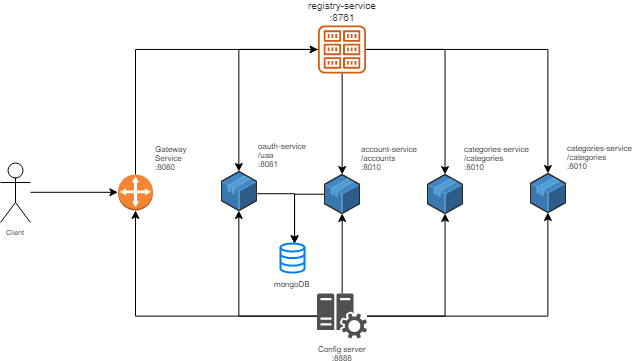
The draw.io diagram Library-Project-Spring-Diagram.png in ythalorossy/project-library-spring, before a commit. Source tidied: cells renumbered, new cells last; positions are measured from the earlier drawing's top-left corner, leaving out a move shared by most shapes. Its diagram source:
```xml
<mxGraphModel>
  <root>
    <mxCell id="0" />
    <mxCell id="1" parent="0" />
    <mxCell id="2" style="edgeStyle=orthogonalEdgeStyle;rounded=0;jettySize=auto;html=1;entryX=0;entryY=0.5;entryDx=0;entryDy=0;entryPerimeter=0;" parent="1" edge="1" source="3" target="9">
      <mxGeometry relative="1" as="geometry" />
    </mxCell>
    <mxCell id="3" value="Client" style="shape=umlActor;verticalLabelPosition=bottom;labelBackgroundColor=#ffffff;verticalAlign=top;html=1;outlineConnect=0;fontSize=7;" parent="1" vertex="1">
      <mxGeometry y="137" width="30" height="60" as="geometry" />
    </mxCell>
    <mxCell id="4" style="edgeStyle=orthogonalEdgeStyle;rounded=0;jettySize=auto;html=1;fontSize=10;" parent="1" edge="1" source="16" target="18">
      <mxGeometry relative="1" as="geometry" />
    </mxCell>
    <mxCell id="5" style="edgeStyle=orthogonalEdgeStyle;rounded=0;jettySize=auto;html=1;fontSize=10;" parent="1" edge="1" source="16" target="20">
      <mxGeometry relative="1" as="geometry" />
    </mxCell>
    <mxCell id="6" style="edgeStyle=orthogonalEdgeStyle;rounded=0;jettySize=auto;html=1;fontSize=10;" parent="1" edge="1" source="16" target="21">
      <mxGeometry relative="1" as="geometry" />
    </mxCell>
    <mxCell id="7" style="edgeStyle=orthogonalEdgeStyle;rounded=0;jettySize=auto;html=1;fontSize=10;" parent="1" edge="1" source="16" target="22">
      <mxGeometry relative="1" as="geometry" />
    </mxCell>
    <mxCell id="8" style="edgeStyle=orthogonalEdgeStyle;rounded=0;jettySize=auto;html=1;fontSize=10;" parent="1" edge="1" source="9" target="16">
      <mxGeometry relative="1" as="geometry">
        <Array as="points">
          <mxPoint x="135" y="24" />
        </Array>
      </mxGeometry>
    </mxCell>
    <mxCell id="9" value="&lt;font style=&quot;font-size: 8px;&quot;&gt;Gateway&lt;br style=&quot;font-size: 8px;&quot;&gt;Service&lt;br style=&quot;font-size: 8px;&quot;&gt;:8080&lt;/font&gt;&lt;br style=&quot;font-size: 8px;&quot;&gt;" style="outlineConnect=0;dashed=0;verticalLabelPosition=top;verticalAlign=bottom;align=left;html=1;shape=mxgraph.aws3.customer_gateway;fillColor=#F58534;gradientColor=none;labelPosition=right;fontSize=8;" parent="1" vertex="1">
      <mxGeometry x="117.5" y="149" width="35" height="36" as="geometry" />
    </mxCell>
    <mxCell id="10" style="edgeStyle=orthogonalEdgeStyle;rounded=0;jettySize=auto;html=1;fontSize=8;" parent="1" edge="1" source="15" target="20">
      <mxGeometry relative="1" as="geometry" />
    </mxCell>
    <mxCell id="11" style="edgeStyle=orthogonalEdgeStyle;rounded=0;jettySize=auto;html=1;fontSize=8;" parent="1" edge="1" source="15" target="21">
      <mxGeometry relative="1" as="geometry" />
    </mxCell>
    <mxCell id="12" style="edgeStyle=orthogonalEdgeStyle;rounded=0;jettySize=auto;html=1;fontSize=8;" parent="1" edge="1" source="15" target="22">
      <mxGeometry relative="1" as="geometry" />
    </mxCell>
    <mxCell id="13" style="edgeStyle=orthogonalEdgeStyle;rounded=0;jettySize=auto;html=1;fontSize=8;" parent="1" edge="1" source="15" target="18">
      <mxGeometry relative="1" as="geometry" />
    </mxCell>
    <mxCell id="14" style="edgeStyle=orthogonalEdgeStyle;rounded=0;jettySize=auto;html=1;entryX=0.5;entryY=1;entryDx=0;entryDy=0;entryPerimeter=0;fontSize=8;" parent="1" edge="1" source="15" target="9">
      <mxGeometry relative="1" as="geometry" />
    </mxCell>
    <mxCell id="15" value="Config server&lt;br style=&quot;font-size: 8px;&quot;&gt;:8888&lt;br style=&quot;font-size: 8px;&quot;&gt;" style="shadow=0;dashed=0;html=1;strokeColor=none;labelPosition=center;verticalLabelPosition=bottom;verticalAlign=top;align=center;shape=mxgraph.mscae.oms.config_assessment;fillColor=#505050;fontSize=8;" parent="1" vertex="1">
      <mxGeometry x="316.5" y="268" width="50" height="45" as="geometry" />
    </mxCell>
    <mxCell id="16" value="&lt;div style=&quot;text-align: center ; font-size: 10px&quot;&gt;&lt;font style=&quot;font-size: 10px&quot;&gt;registry-service&lt;/font&gt;&lt;/div&gt;&lt;div style=&quot;text-align: center ; font-size: 10px&quot;&gt;&lt;span&gt;&lt;font style=&quot;font-size: 10px&quot;&gt;:8761&lt;/font&gt;&lt;/span&gt;&lt;/div&gt;" style="outlineConnect=0;fontColor=#232F3E;gradientColor=none;fillColor=#D05C17;strokeColor=none;dashed=0;verticalLabelPosition=top;verticalAlign=bottom;align=center;html=1;fontSize=12;fontStyle=0;shape=mxgraph.aws4.registry;labelPosition=center;" parent="1" vertex="1">
      <mxGeometry x="317.5" width="48" height="48" as="geometry" />
    </mxCell>
    <mxCell id="17" style="edgeStyle=orthogonalEdgeStyle;rounded=0;jettySize=auto;html=1;fontSize=8;" parent="1" edge="1" source="18">
      <mxGeometry relative="1" as="geometry">
        <mxPoint x="294" y="218" as="targetPoint" />
        <Array as="points">
          <mxPoint x="294" y="168" />
        </Array>
      </mxGeometry>
    </mxCell>
    <mxCell id="18" value="&lt;div style=&quot;text-align: left; font-size: 8px;&quot;&gt;&lt;span style=&quot;font-size: 8px;&quot;&gt;oauth-service&lt;/span&gt;&lt;/div&gt;&lt;div style=&quot;text-align: left; font-size: 8px;&quot;&gt;&lt;span style=&quot;font-size: 8px;&quot;&gt;/uaa&lt;/span&gt;&lt;/div&gt;&lt;div style=&quot;text-align: left; font-size: 8px;&quot;&gt;&lt;span style=&quot;font-size: 8px;&quot;&gt;:8081&lt;/span&gt;&lt;/div&gt;" style="verticalLabelPosition=top;html=1;verticalAlign=bottom;strokeWidth=1;align=left;outlineConnect=0;dashed=0;outlineConnect=0;shape=mxgraph.aws3d.application;fillColor=#4286c5;strokeColor=#57A2D8;fontSize=8;labelPosition=right;" parent="1" vertex="1">
      <mxGeometry x="221" y="146" width="35" height="39" as="geometry" />
    </mxCell>
    <mxCell id="19" style="edgeStyle=orthogonalEdgeStyle;rounded=0;jettySize=auto;html=1;fontSize=8;" parent="1" edge="1" source="20">
      <mxGeometry relative="1" as="geometry">
        <mxPoint x="294" y="218" as="targetPoint" />
        <Array as="points">
          <mxPoint x="294" y="169" />
        </Array>
      </mxGeometry>
    </mxCell>
    <mxCell id="20" value="&lt;div style=&quot;text-align: left; font-size: 8px;&quot;&gt;&lt;span style=&quot;font-size: 8px;&quot;&gt;account-service&lt;/span&gt;&lt;/div&gt;&lt;div style=&quot;text-align: left; font-size: 8px;&quot;&gt;&lt;span style=&quot;font-size: 8px;&quot;&gt;/accounts&lt;/span&gt;&lt;/div&gt;&lt;div style=&quot;text-align: left; font-size: 8px;&quot;&gt;&lt;span style=&quot;font-size: 8px;&quot;&gt;:8010&lt;/span&gt;&lt;/div&gt;" style="verticalLabelPosition=top;html=1;verticalAlign=bottom;strokeWidth=1;align=left;outlineConnect=0;dashed=0;outlineConnect=0;shape=mxgraph.aws3d.application;fillColor=#4286c5;strokeColor=#57A2D8;fontSize=8;labelPosition=right;" parent="1" vertex="1">
      <mxGeometry x="324" y="149" width="35" height="39" as="geometry" />
    </mxCell>
    <mxCell id="21" value="&lt;div style=&quot;text-align: left; font-size: 8px;&quot;&gt;&lt;span style=&quot;font-size: 8px;&quot;&gt;categories-service&lt;/span&gt;&lt;/div&gt;&lt;div style=&quot;text-align: left; font-size: 8px;&quot;&gt;&lt;span style=&quot;font-size: 8px;&quot;&gt;/categories&lt;/span&gt;&lt;/div&gt;&lt;div style=&quot;text-align: left; font-size: 8px;&quot;&gt;&lt;span style=&quot;font-size: 8px;&quot;&gt;:8010&lt;/span&gt;&lt;/div&gt;" style="verticalLabelPosition=top;html=1;verticalAlign=bottom;strokeWidth=1;align=left;outlineConnect=0;dashed=0;outlineConnect=0;shape=mxgraph.aws3d.application;fillColor=#4286c5;strokeColor=#57A2D8;fontSize=8;labelPosition=right;" parent="1" vertex="1">
      <mxGeometry x="427" y="149" width="35" height="39" as="geometry" />
    </mxCell>
    <mxCell id="22" value="&lt;div style=&quot;text-align: left; font-size: 8px;&quot;&gt;&lt;span style=&quot;font-size: 8px;&quot;&gt;categories-service&lt;/span&gt;&lt;/div&gt;&lt;div style=&quot;text-align: left; font-size: 8px;&quot;&gt;&lt;span style=&quot;font-size: 8px;&quot;&gt;/categories&lt;/span&gt;&lt;/div&gt;&lt;div style=&quot;text-align: left; font-size: 8px;&quot;&gt;&lt;span style=&quot;font-size: 8px;&quot;&gt;:8010&lt;/span&gt;&lt;/div&gt;" style="verticalLabelPosition=top;html=1;verticalAlign=bottom;strokeWidth=1;align=left;outlineConnect=0;dashed=0;outlineConnect=0;shape=mxgraph.aws3d.application;fillColor=#4286c5;strokeColor=#57A2D8;fontSize=8;labelPosition=right;" parent="1" vertex="1">
      <mxGeometry x="530" y="148" width="35" height="39" as="geometry" />
    </mxCell>
    <mxCell id="23" value="mongoDB" style="html=1;verticalLabelPosition=bottom;align=center;labelBackgroundColor=#ffffff;verticalAlign=top;strokeWidth=2;strokeColor=#0080F0;fillColor=#ffffff;shadow=0;dashed=0;shape=mxgraph.ios7.icons.data;fontSize=8;" parent="1" vertex="1">
      <mxGeometry x="280" y="218" width="24" height="29.1" as="geometry" />
    </mxCell>
  </root>
</mxGraphModel>
```
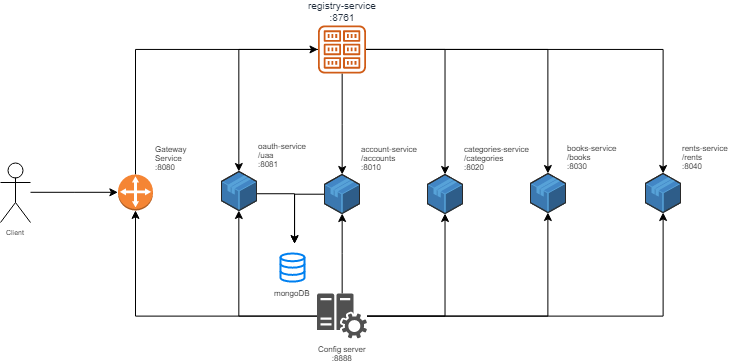
After the change.

Commit message:
Changed the diagram to set the correct names and port of services

Change to the diagram source:
```diff
@@ -45,9 +45,15 @@
     <mxCell id="14" style="edgeStyle=orthogonalEdgeStyle;rounded=0;jettySize=auto;html=1;entryX=0.5;entryY=1;entryDx=0;entryDy=0;entryPerimeter=0;fontSize=8;" parent="1" edge="1" source="15" target="9">
       <mxGeometry relative="1" as="geometry" />
     </mxCell>
+    <mxCell id="24" style="edgeStyle=orthogonalEdgeStyle;rounded=0;jettySize=auto;html=1;fontSize=8;" parent="1" edge="1" source="15" target="26">
+      <mxGeometry relative="1" as="geometry" />
+    </mxCell>
     <mxCell id="15" value="Config server&lt;br style=&quot;font-size: 8px;&quot;&gt;:8888&lt;br style=&quot;font-size: 8px;&quot;&gt;" style="shadow=0;dashed=0;html=1;strokeColor=none;labelPosition=center;verticalLabelPosition=bottom;verticalAlign=top;align=center;shape=mxgraph.mscae.oms.config_assessment;fillColor=#505050;fontSize=8;" parent="1" vertex="1">
       <mxGeometry x="316.5" y="268" width="50" height="45" as="geometry" />
     </mxCell>
+    <mxCell id="25" style="edgeStyle=orthogonalEdgeStyle;rounded=0;jettySize=auto;html=1;fontSize=8;" parent="1" edge="1" source="16" target="26">
+      <mxGeometry relative="1" as="geometry" />
+    </mxCell>
     <mxCell id="16" value="&lt;div style=&quot;text-align: center ; font-size: 10px&quot;&gt;&lt;font style=&quot;font-size: 10px&quot;&gt;registry-service&lt;/font&gt;&lt;/div&gt;&lt;div style=&quot;text-align: center ; font-size: 10px&quot;&gt;&lt;span&gt;&lt;font style=&quot;font-size: 10px&quot;&gt;:8761&lt;/font&gt;&lt;/span&gt;&lt;/div&gt;" style="outlineConnect=0;fontColor=#232F3E;gradientColor=none;fillColor=#D05C17;strokeColor=none;dashed=0;verticalLabelPosition=top;verticalAlign=bottom;align=center;html=1;fontSize=12;fontStyle=0;shape=mxgraph.aws4.registry;labelPosition=center;" parent="1" vertex="1">
       <mxGeometry x="317.5" width="48" height="48" as="geometry" />
     </mxCell>
@@ -73,14 +79,17 @@
     <mxCell id="20" value="&lt;div style=&quot;text-align: left; font-size: 8px;&quot;&gt;&lt;span style=&quot;font-size: 8px;&quot;&gt;account-service&lt;/span&gt;&lt;/div&gt;&lt;div style=&quot;text-align: left; font-size: 8px;&quot;&gt;&lt;span style=&quot;font-size: 8px;&quot;&gt;/accounts&lt;/span&gt;&lt;/div&gt;&lt;div style=&quot;text-align: left; font-size: 8px;&quot;&gt;&lt;span style=&quot;font-size: 8px;&quot;&gt;:8010&lt;/span&gt;&lt;/div&gt;" style="verticalLabelPosition=top;html=1;verticalAlign=bottom;strokeWidth=1;align=left;outlineConnect=0;dashed=0;outlineConnect=0;shape=mxgraph.aws3d.application;fillColor=#4286c5;strokeColor=#57A2D8;fontSize=8;labelPosition=right;" parent="1" vertex="1">
       <mxGeometry x="324" y="149" width="35" height="39" as="geometry" />
     </mxCell>
-    <mxCell id="21" value="&lt;div style=&quot;text-align: left; font-size: 8px;&quot;&gt;&lt;span style=&quot;font-size: 8px;&quot;&gt;categories-service&lt;/span&gt;&lt;/div&gt;&lt;div style=&quot;text-align: left; font-size: 8px;&quot;&gt;&lt;span style=&quot;font-size: 8px;&quot;&gt;/categories&lt;/span&gt;&lt;/div&gt;&lt;div style=&quot;text-align: left; font-size: 8px;&quot;&gt;&lt;span style=&quot;font-size: 8px;&quot;&gt;:8010&lt;/span&gt;&lt;/div&gt;" style="verticalLabelPosition=top;html=1;verticalAlign=bottom;strokeWidth=1;align=left;outlineConnect=0;dashed=0;outlineConnect=0;shape=mxgraph.aws3d.application;fillColor=#4286c5;strokeColor=#57A2D8;fontSize=8;labelPosition=right;" parent="1" vertex="1">
+    <mxCell id="21" value="&lt;div style=&quot;text-align: left ; font-size: 8px&quot;&gt;&lt;span style=&quot;font-size: 8px&quot;&gt;categories-service&lt;/span&gt;&lt;/div&gt;&lt;div style=&quot;text-align: left ; font-size: 8px&quot;&gt;&lt;span style=&quot;font-size: 8px&quot;&gt;/categories&lt;/span&gt;&lt;/div&gt;&lt;div style=&quot;text-align: left ; font-size: 8px&quot;&gt;&lt;span style=&quot;font-size: 8px&quot;&gt;:8020&lt;/span&gt;&lt;/div&gt;" style="verticalLabelPosition=top;html=1;verticalAlign=bottom;strokeWidth=1;align=left;outlineConnect=0;dashed=0;outlineConnect=0;shape=mxgraph.aws3d.application;fillColor=#4286c5;strokeColor=#57A2D8;fontSize=8;labelPosition=right;" parent="1" vertex="1">
       <mxGeometry x="427" y="149" width="35" height="39" as="geometry" />
     </mxCell>
-    <mxCell id="22" value="&lt;div style=&quot;text-align: left; font-size: 8px;&quot;&gt;&lt;span style=&quot;font-size: 8px;&quot;&gt;categories-service&lt;/span&gt;&lt;/div&gt;&lt;div style=&quot;text-align: left; font-size: 8px;&quot;&gt;&lt;span style=&quot;font-size: 8px;&quot;&gt;/categories&lt;/span&gt;&lt;/div&gt;&lt;div style=&quot;text-align: left; font-size: 8px;&quot;&gt;&lt;span style=&quot;font-size: 8px;&quot;&gt;:8010&lt;/span&gt;&lt;/div&gt;" style="verticalLabelPosition=top;html=1;verticalAlign=bottom;strokeWidth=1;align=left;outlineConnect=0;dashed=0;outlineConnect=0;shape=mxgraph.aws3d.application;fillColor=#4286c5;strokeColor=#57A2D8;fontSize=8;labelPosition=right;" parent="1" vertex="1">
+    <mxCell id="22" value="&lt;div style=&quot;text-align: left ; font-size: 8px&quot;&gt;&lt;span style=&quot;font-size: 8px&quot;&gt;books-service&lt;/span&gt;&lt;/div&gt;&lt;div style=&quot;text-align: left ; font-size: 8px&quot;&gt;&lt;span style=&quot;font-size: 8px&quot;&gt;/books&lt;/span&gt;&lt;/div&gt;&lt;div style=&quot;text-align: left ; font-size: 8px&quot;&gt;&lt;span style=&quot;font-size: 8px&quot;&gt;:8030&lt;/span&gt;&lt;/div&gt;" style="verticalLabelPosition=top;html=1;verticalAlign=bottom;strokeWidth=1;align=left;outlineConnect=0;dashed=0;outlineConnect=0;shape=mxgraph.aws3d.application;fillColor=#4286c5;strokeColor=#57A2D8;fontSize=8;labelPosition=right;" parent="1" vertex="1">
       <mxGeometry x="530" y="148" width="35" height="39" as="geometry" />
     </mxCell>
+    <mxCell id="26" value="&lt;div style=&quot;text-align: left ; font-size: 8px&quot;&gt;&lt;span style=&quot;font-size: 8px&quot;&gt;rents-service&lt;/span&gt;&lt;/div&gt;&lt;div style=&quot;text-align: left ; font-size: 8px&quot;&gt;&lt;span style=&quot;font-size: 8px&quot;&gt;/rents&lt;/span&gt;&lt;/div&gt;&lt;div style=&quot;text-align: left ; font-size: 8px&quot;&gt;&lt;span style=&quot;font-size: 8px&quot;&gt;:8040&lt;/span&gt;&lt;/div&gt;" style="verticalLabelPosition=top;html=1;verticalAlign=bottom;strokeWidth=1;align=left;outlineConnect=0;dashed=0;outlineConnect=0;shape=mxgraph.aws3d.application;fillColor=#4286c5;strokeColor=#57A2D8;fontSize=8;labelPosition=right;" parent="1" vertex="1">
+      <mxGeometry x="645" y="148" width="35" height="39" as="geometry" />
+    </mxCell>
     <mxCell id="23" value="mongoDB" style="html=1;verticalLabelPosition=bottom;align=center;labelBackgroundColor=#ffffff;verticalAlign=top;strokeWidth=2;strokeColor=#0080F0;fillColor=#ffffff;shadow=0;dashed=0;shape=mxgraph.ios7.icons.data;fontSize=8;" parent="1" vertex="1">
-      <mxGeometry x="280" y="218" width="24" height="29.1" as="geometry" />
+      <mxGeometry x="280" y="228" width="24" height="28.1" as="geometry" />
     </mxCell>
   </root>
 </mxGraphModel>
```
